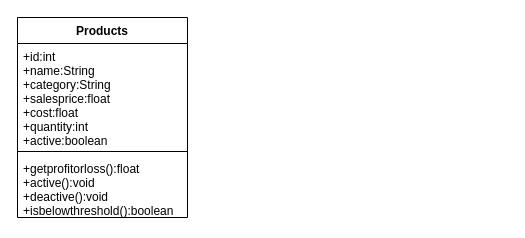
SowmiyaJhansi/fsd-ooadp-ims keeps this draw.io diagram as Inventory Management system.drawio. Above is the earlier version. Source tidied: cells renumbered, new cells numbered last; positions are measured from the earlier drawing's top-left corner, leaving out a move shared by most shapes. Both pictures are drawn from the tidied source at 100%, with x=0, y=0 at pixel (17, 17).
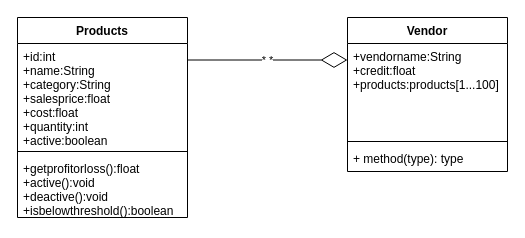
The same page after the edit.

What changed in the source:
```diff
@@
 <mxGraphModel>
   <root>
     <mxCell id="0" />
     <mxCell id="1" parent="0" />
     <mxCell id="2" value="Products" style="swimlane;fontStyle=1;align=center;verticalAlign=top;horizontal=1;startSize=26;" parent="1" vertex="1">
       <mxGeometry width="170" height="200" as="geometry" />
     </mxCell>
     <mxCell id="3" value="+id:int&#10;+name:String&#10;+category:String&#10;+salesprice:float&#10;+cost:float&#10;+quantity:int&#10;+active:boolean" style="text;strokeColor=none;fillColor=none;align=left;verticalAlign=top;spacingLeft=4;spacingRight=4;overflow=hidden;" parent="2" vertex="1">
       <mxGeometry y="26" width="170" height="104" as="geometry" />
     </mxCell>
     <mxCell id="4" style="line;strokeWidth=1;fillColor=none;align=left;verticalAlign=middle;spacingTop=-1;spacingLeft=3;spacingRight=3;labelPosition=right;" parent="2" vertex="1">
       <mxGeometry y="130" width="170" height="8" as="geometry" />
     </mxCell>
     <mxCell id="5" value="+getprofitorloss():float&#10;+active():void&#10;+deactive():void&#10;+isbelowthreshold():boolean" style="text;strokeColor=none;fillColor=none;align=left;verticalAlign=top;spacingLeft=4;spacingRight=4;overflow=hidden;" parent="2" vertex="1">
       <mxGeometry y="138" width="170" height="62" as="geometry" />
     </mxCell>
+    <mxCell id="6" value="Vendor" style="swimlane;fontStyle=1;align=center;verticalAlign=top;horizontal=1;startSize=26;" parent="1" vertex="1">
+      <mxGeometry x="330" width="160" height="154" as="geometry" />
+    </mxCell>
+    <mxCell id="7" value="+vendorname:String&#10;+credit:float&#10;+products:products[1...100]&#10;" style="text;strokeColor=none;fillColor=none;align=left;verticalAlign=top;spacingLeft=4;spacingRight=4;overflow=hidden;" parent="6" vertex="1">
+      <mxGeometry y="26" width="160" height="94" as="geometry" />
+    </mxCell>
+    <mxCell id="8" style="line;strokeWidth=1;fillColor=none;align=left;verticalAlign=middle;spacingTop=-1;spacingLeft=3;spacingRight=3;labelPosition=right;" parent="6" vertex="1">
+      <mxGeometry y="120" width="160" height="8" as="geometry" />
+    </mxCell>
+    <mxCell id="9" value="+ method(type): type" style="text;strokeColor=none;fillColor=none;align=left;verticalAlign=top;spacingLeft=4;spacingRight=4;overflow=hidden;" parent="6" vertex="1">
+      <mxGeometry y="128" width="160" height="26" as="geometry" />
+    </mxCell>
+    <mxCell id="10" value="*&lt;span style=&quot;white-space: pre&quot;&gt; &lt;/span&gt;*" style="endArrow=diamondThin;endFill=0;endSize=24;html=1;" parent="1" edge="1">
+      <mxGeometry relative="1" as="geometry">
+        <mxPoint x="170" y="42.5" as="sourcePoint" />
+        <mxPoint x="330" y="42.5" as="targetPoint" />
+      </mxGeometry>
+    </mxCell>
   </root>
 </mxGraphModel>
```
